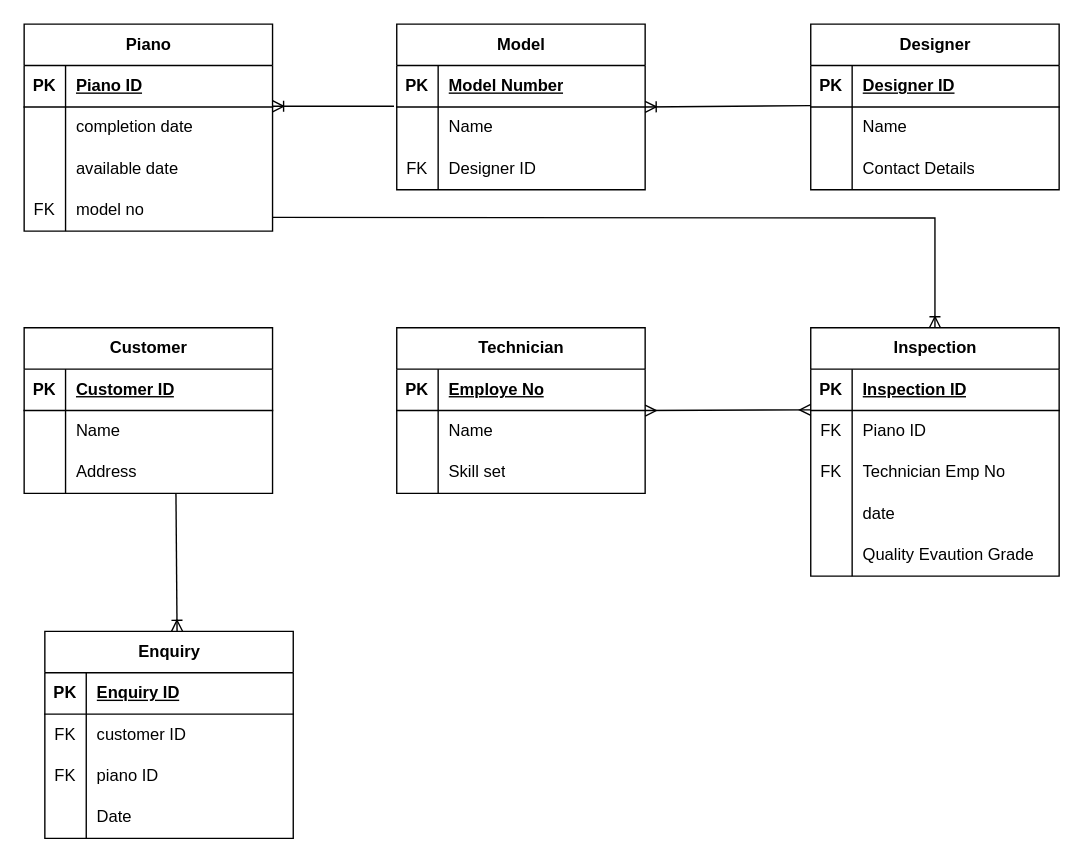
Before: ERD1.drawio in Gopikuppala7/data-storage-solutions, a draw.io diagram. Source tidied: cells renumbered, new cells numbered last; positions are measured from the earlier drawing's top-left corner, leaving out a move shared by most shapes. Both pictures are drawn from the tidied source at 138%, with x=0, y=0 at pixel (23, 23).
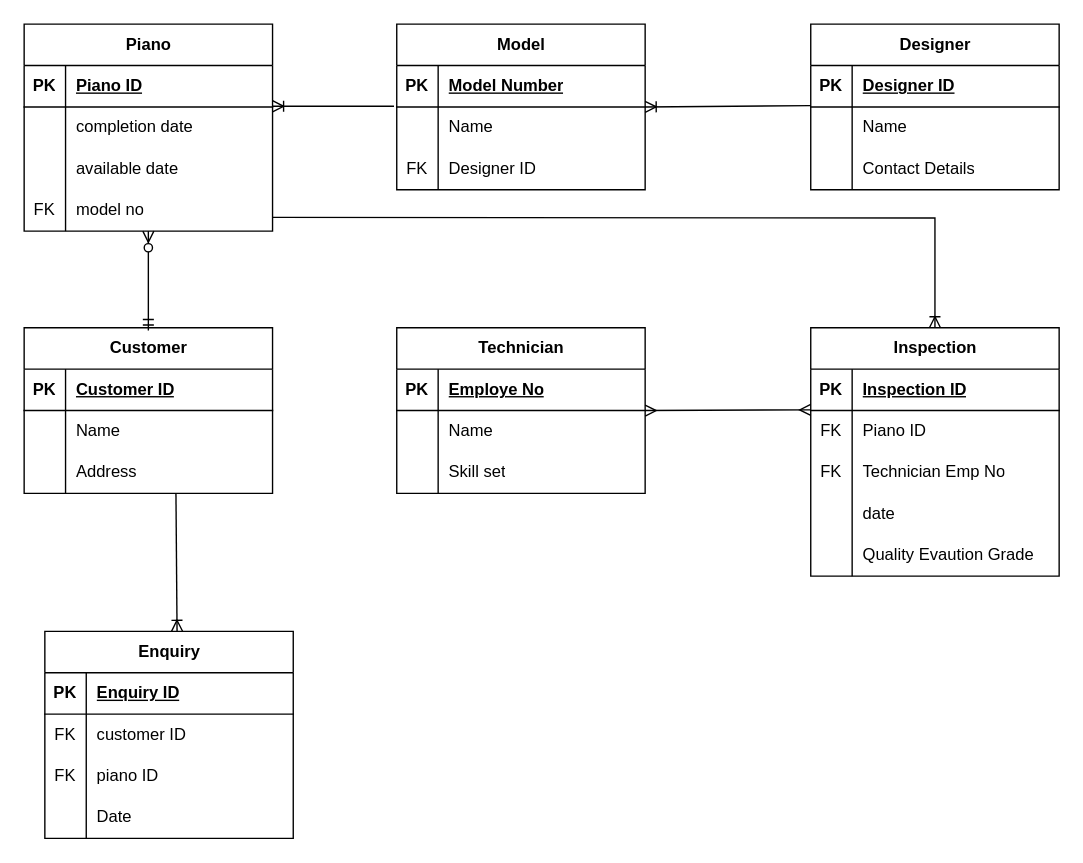
Above is the later version.

Change to the diagram source:
```diff
@@
+    <mxCell id="89" style="fontSize=12;html=1;endArrow=ERzeroToMany;startArrow=ERmandOne;rounded=0;exitX=0.5;exitY=0;exitDx=0;exitDy=0;" parent="1" edge="1">
+      <mxGeometry relative="1" as="geometry">
+        <mxPoint x="90" y="222" as="sourcePoint" />
+        <mxPoint x="90" y="150" as="targetPoint" />
+      </mxGeometry>
+    </mxCell>
```
